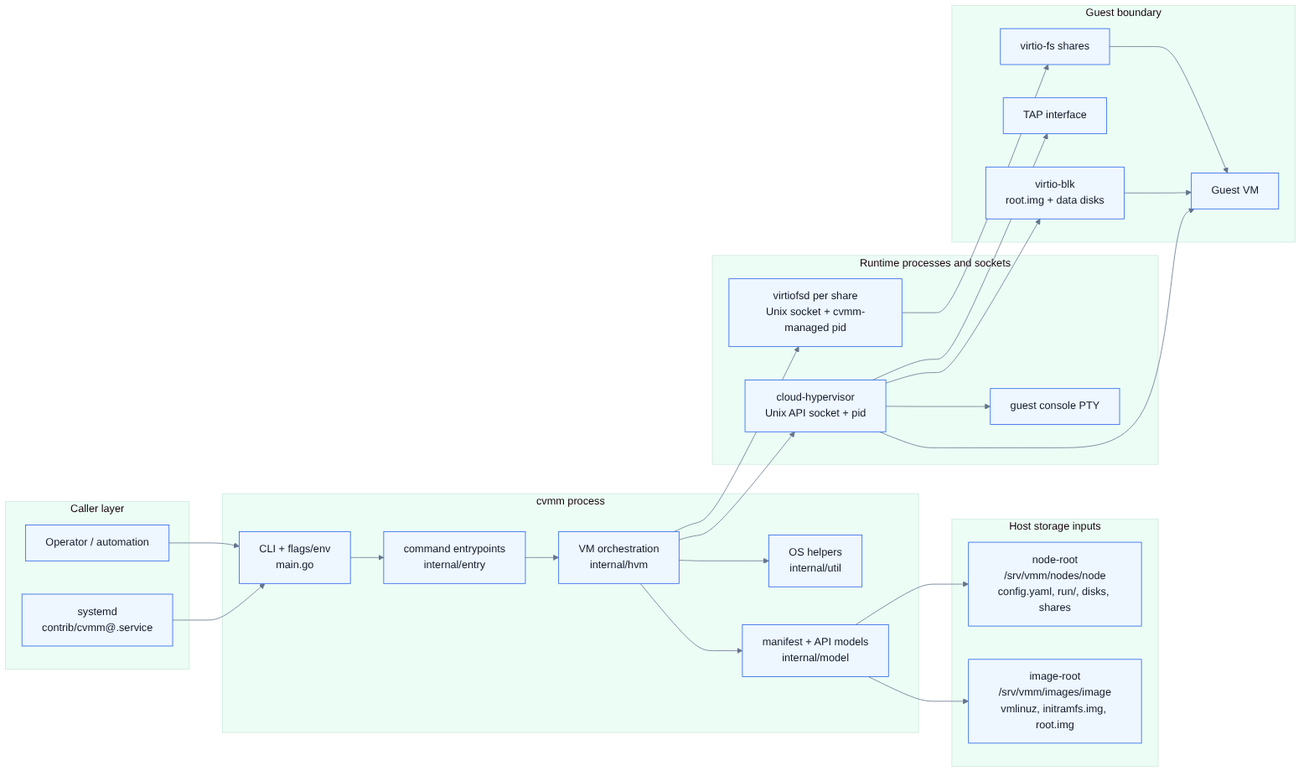
This is docs/diagrams/system-context.png from spi-ca/cvmm, a Mermaid export, as it was before one commit. Its source is kept beside it as docs/diagrams/system-context.mmd.
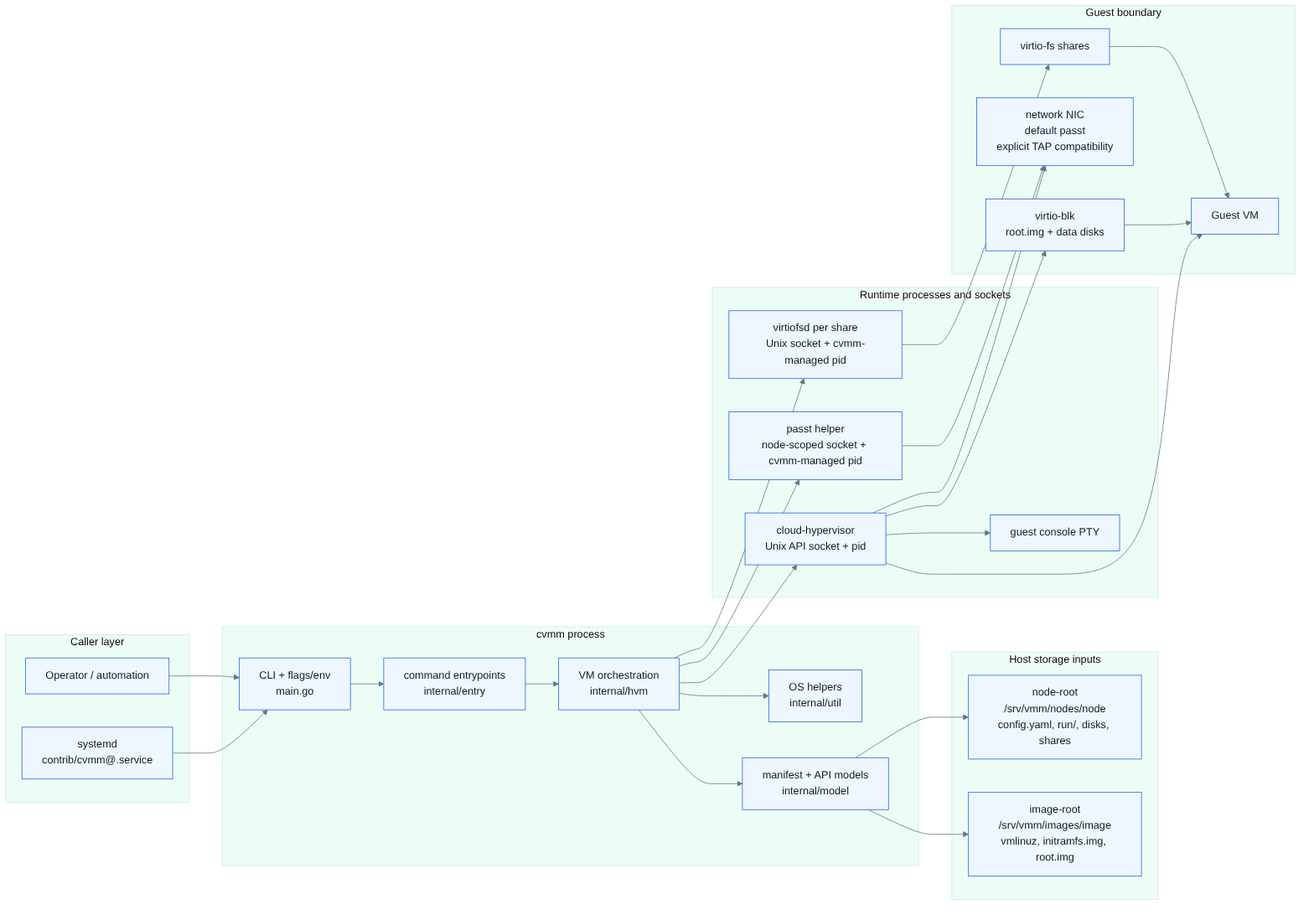
After the change.

What changed in the source:
```diff
@@ -19,6 +19,7 @@
 
     subgraph runtime["Runtime processes and sockets"]
         ch["cloud-hypervisor\nUnix API socket + pid"]
+        passt["passt helper\nnode-scoped socket + cvmm-managed pid"]
         vfs["virtiofsd per share\nUnix socket + cvmm-managed pid"]
         pty["guest console PTY"]
     end
@@ -27,7 +28,7 @@
         guest["Guest VM"]
         blk["virtio-blk\nroot.img + data disks"]
         fs["virtio-fs shares"]
-        net["TAP interface"]
+        net["network NIC\ndefault passt\nexplicit TAP compatibility"]
     end
 
     operator --> cli
@@ -38,9 +39,11 @@
     model --> images
     model --> nodes
     hvm --> ch
+    hvm --> passt
     hvm --> vfs
     ch --> guest
     ch --> pty
     ch --> blk --> guest
     vfs --> fs --> guest
     ch --> net
+    passt --> net
```
